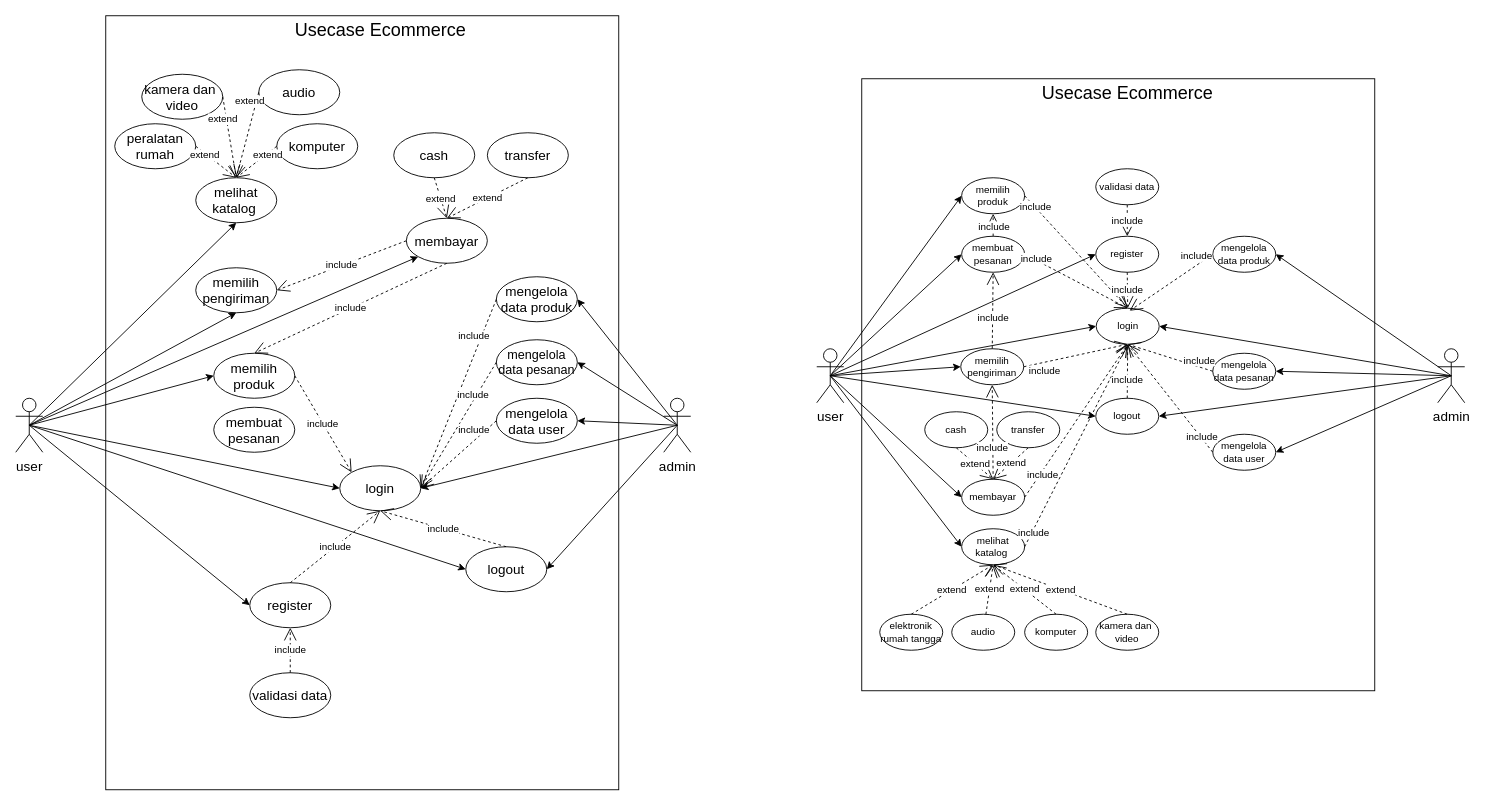
Before: Use-Case-Diagram-Ecommerce.drawio in zerocode0806/Flowchart-E-Comerce-Elektronik, a draw.io diagram. Source tidied: cells renumbered, new cells numbered last; positions are measured from the earlier drawing's top-left corner, leaving out a move shared by most shapes. Both pictures are drawn from the tidied source at 90%, with x=0, y=0 at pixel (15, 15).
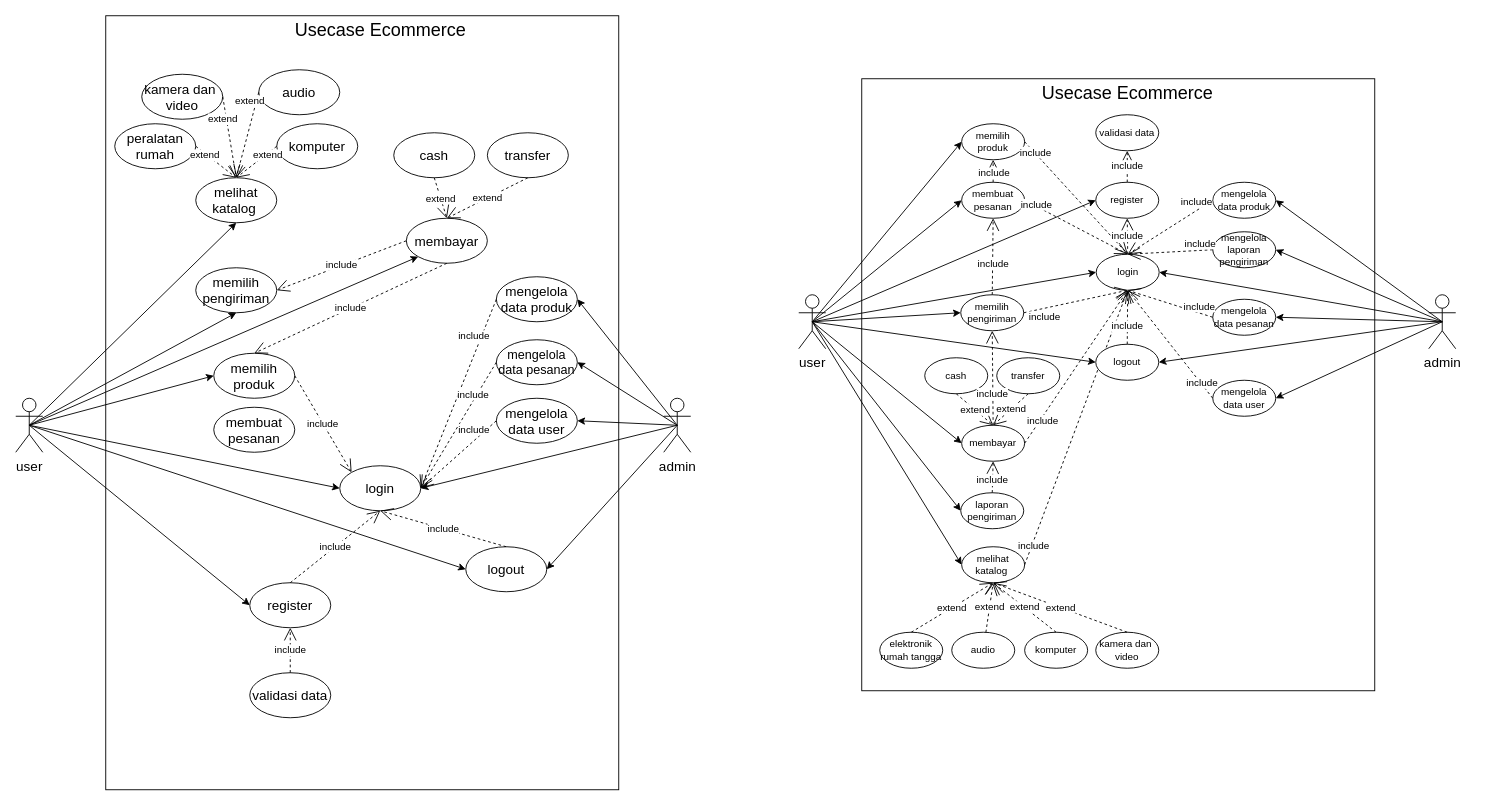
Above is the later version.

The edit, as a diff of the source:
```diff
@@
     <mxCell id="52" value="membuat pesanan" style="ellipse;whiteSpace=wrap;html=1;fontSize=11;" parent="1" vertex="1">
-      <mxGeometry x="1051" y="245" width="70" height="40" as="geometry" />
+      <mxGeometry x="1051" y="185" width="70" height="40" as="geometry" />
     </mxCell>
     <mxCell id="53" value="memilih&lt;div&gt;produk&lt;/div&gt;" style="ellipse;whiteSpace=wrap;html=1;fontSize=11;" parent="1" vertex="1">
-      <mxGeometry x="1051" y="180" width="70" height="40" as="geometry" />
+      <mxGeometry x="1051" y="120" width="70" height="40" as="geometry" />
     </mxCell>
     <mxCell id="54" value="memilih&lt;div&gt;pengiriman&lt;/div&gt;" style="ellipse;whiteSpace=wrap;html=1;fontSize=11;" parent="1" vertex="1">
-      <mxGeometry x="1050" y="370" width="70" height="40" as="geometry" />
+      <mxGeometry x="1050" y="310" width="70" height="40" as="geometry" />
     </mxCell>
     <mxCell id="55" value="melihat katalog&amp;nbsp;" style="ellipse;whiteSpace=wrap;html=1;fontSize=11;" parent="1" vertex="1">
-      <mxGeometry x="1051" y="570" width="70" height="40" as="geometry" />
+      <mxGeometry x="1051" y="590" width="70" height="40" as="geometry" />
     </mxCell>
@@
     <mxCell id="57" value="login" style="ellipse;whiteSpace=wrap;html=1;fontSize=11;" parent="1" vertex="1">
-      <mxGeometry x="1200.5" y="325" width="70" height="40" as="geometry" />
+      <mxGeometry x="1200.5" y="265" width="70" height="40" as="geometry" />
     </mxCell>
     <mxCell id="58" value="membayar" style="ellipse;whiteSpace=wrap;html=1;fontSize=11;" parent="1" vertex="1">
-      <mxGeometry x="1051" y="515" width="70" height="40" as="geometry" />
+      <mxGeometry x="1051" y="455" width="70" height="40" as="geometry" />
     </mxCell>
     <mxCell id="59" value="register" style="ellipse;whiteSpace=wrap;html=1;fontSize=11;" parent="1" vertex="1">
-      <mxGeometry x="1200" y="245" width="70" height="40" as="geometry" />
+      <mxGeometry x="1200" y="185" width="70" height="40" as="geometry" />
     </mxCell>
@@
     <mxCell id="64" value="cash" style="ellipse;whiteSpace=wrap;html=1;fontSize=11;" parent="1" vertex="1">
-      <mxGeometry x="1010" y="440" width="70" height="40" as="geometry" />
+      <mxGeometry x="1010" y="380" width="70" height="40" as="geometry" />
     </mxCell>
     <mxCell id="65" value="transfer" style="ellipse;whiteSpace=wrap;html=1;fontSize=11;" parent="1" vertex="1">
-      <mxGeometry x="1090" y="440" width="70" height="40" as="geometry" />
+      <mxGeometry x="1090" y="380" width="70" height="40" as="geometry" />
     </mxCell>
@@
     <mxCell id="68" value="user" style="shape=umlActor;verticalLabelPosition=bottom;verticalAlign=top;html=1;fontSize=15;" parent="1" vertex="1">
-      <mxGeometry x="890" y="370" width="30" height="60" as="geometry" />
+      <mxGeometry x="870" y="310" width="30" height="60" as="geometry" />
     </mxCell>
@@
     <mxCell id="74" value="validasi data" style="ellipse;whiteSpace=wrap;html=1;fontSize=11;" parent="1" vertex="1">
-      <mxGeometry x="1200" y="170" width="70" height="40" as="geometry" />
+      <mxGeometry x="1200" y="110" width="70" height="40" as="geometry" />
     </mxCell>
-    <mxCell id="75" value="include" style="endArrow=open;endSize=12;dashed=1;html=1;rounded=0;exitX=0.5;exitY=1;exitDx=0;exitDy=0;entryX=0.5;entryY=0;entryDx=0;entryDy=0;" parent="1" edge="1" source="59" target="57">
+    <mxCell id="75" value="include" style="endArrow=open;endSize=12;dashed=1;html=1;rounded=0;exitX=0.5;exitY=0;exitDx=0;exitDy=0;entryX=0.5;entryY=1;entryDx=0;entryDy=0;" parent="1" edge="1" source="57" target="59">
       <mxGeometry relative="1" as="geometry" />
     </mxCell>
-    <mxCell id="76" value="include" style="endArrow=open;endSize=12;dashed=1;html=1;rounded=0;exitX=0.5;exitY=1;exitDx=0;exitDy=0;entryX=0.5;entryY=0;entryDx=0;entryDy=0;" parent="1" edge="1" source="74" target="59">
+    <mxCell id="76" value="include" style="endArrow=open;endSize=12;dashed=1;html=1;rounded=0;exitX=0.5;exitY=0;exitDx=0;exitDy=0;entryX=0.5;entryY=1;entryDx=0;entryDy=0;" parent="1" edge="1" source="59" target="74">
       <mxGeometry relative="1" as="geometry" />
     </mxCell>
@@
     <mxCell id="78" value="mengelola data produk" style="ellipse;whiteSpace=wrap;html=1;fontSize=11;" parent="1" vertex="1">
-      <mxGeometry x="1330" y="245" width="70" height="40" as="geometry" />
+      <mxGeometry x="1330" y="185" width="70" height="40" as="geometry" />
     </mxCell>
     <mxCell id="79" value="mengelola data pesanan" style="ellipse;whiteSpace=wrap;html=1;fontSize=11;" parent="1" vertex="1">
-      <mxGeometry x="1330" y="375" width="70" height="40" as="geometry" />
+      <mxGeometry x="1330" y="315" width="70" height="40" as="geometry" />
     </mxCell>
     <mxCell id="80" value="mengelola data user" style="ellipse;whiteSpace=wrap;html=1;fontSize=11;" parent="1" vertex="1">
-      <mxGeometry x="1330" y="465" width="70" height="40" as="geometry" />
+      <mxGeometry x="1330" y="405" width="70" height="40" as="geometry" />
     </mxCell>
-    <mxCell id="81" value="include" style="endArrow=open;endSize=12;dashed=1;html=1;rounded=0;exitX=0;exitY=0.5;exitDx=0;exitDy=0;entryX=0.53;entryY=0.07;entryDx=0;entryDy=0;entryPerimeter=0;" parent="1" edge="1" source="78" target="57">
+    <mxCell id="81" value="include" style="endArrow=open;endSize=12;dashed=1;html=1;rounded=0;exitX=0;exitY=0.5;exitDx=0;exitDy=0;entryX=0.5;entryY=0;entryDx=0;entryDy=0;" parent="1" edge="1" source="78" target="57">
       <mxGeometry x="-0.71" y="-8" relative="1" as="geometry" />
     </mxCell>
@@
     <mxCell id="84" value="admin" style="shape=umlActor;verticalLabelPosition=bottom;verticalAlign=top;html=1;fontSize=15;" parent="1" vertex="1">
-      <mxGeometry x="1580" y="370" width="30" height="60" as="geometry" />
+      <mxGeometry x="1570" y="310" width="30" height="60" as="geometry" />
     </mxCell>
@@
     <mxCell id="89" value="komputer" style="ellipse;whiteSpace=wrap;html=1;fontSize=11;" parent="1" vertex="1">
-      <mxGeometry x="1121" y="665" width="70" height="40" as="geometry" />
+      <mxGeometry x="1121" y="685" width="70" height="40" as="geometry" />
     </mxCell>
     <mxCell id="90" value="audio" style="ellipse;whiteSpace=wrap;html=1;fontSize=11;" parent="1" vertex="1">
-      <mxGeometry x="1040" y="665" width="70" height="40" as="geometry" />
+      <mxGeometry x="1040" y="685" width="70" height="40" as="geometry" />
     </mxCell>
     <mxCell id="91" value="kamera dan&amp;nbsp;&lt;div&gt;video&lt;/div&gt;" style="ellipse;whiteSpace=wrap;html=1;fontSize=11;" parent="1" vertex="1">
-      <mxGeometry x="1200" y="665" width="70" height="40" as="geometry" />
+      <mxGeometry x="1200" y="685" width="70" height="40" as="geometry" />
     </mxCell>
     <mxCell id="92" value="elektronik rumah tangga" style="ellipse;whiteSpace=wrap;html=1;fontSize=11;" parent="1" vertex="1">
-      <mxGeometry x="960" y="665" width="70" height="40" as="geometry" />
+      <mxGeometry x="960" y="685" width="70" height="40" as="geometry" />
     </mxCell>
@@
     <mxCell id="99" value="logout" style="ellipse;whiteSpace=wrap;html=1;fontSize=11;" parent="1" vertex="1">
-      <mxGeometry x="1200" y="425" width="70" height="40" as="geometry" />
+      <mxGeometry x="1200" y="365" width="70" height="40" as="geometry" />
     </mxCell>
@@
+    <mxCell id="107" value="laporan&lt;div&gt;pengiriman&lt;/div&gt;" style="ellipse;whiteSpace=wrap;html=1;fontSize=11;" parent="1" vertex="1">
+      <mxGeometry x="1050" y="530" width="70" height="40" as="geometry" />
+    </mxCell>
+    <mxCell id="108" style="endArrow=classic;html=1;rounded=0;exitX=0.5;exitY=0.5;exitDx=0;exitDy=0;exitPerimeter=0;entryX=0;entryY=0.5;entryDx=0;entryDy=0;" parent="1" edge="1" source="68" target="107">
+      <mxGeometry relative="1" as="geometry" />
+    </mxCell>
+    <mxCell id="109" value="include" style="endArrow=open;endSize=12;dashed=1;html=1;rounded=0;exitX=0.5;exitY=0;exitDx=0;exitDy=0;entryX=0.5;entryY=1;entryDx=0;entryDy=0;" parent="1" edge="1" source="107" target="58">
+      <mxGeometry x="-0.2" relative="1" as="geometry" />
+    </mxCell>
+    <mxCell id="110" value="mengelola laporan pengiriman" style="ellipse;whiteSpace=wrap;html=1;fontSize=11;" parent="1" vertex="1">
+      <mxGeometry x="1330" y="240" width="70" height="40" as="geometry" />
+    </mxCell>
+    <mxCell id="111" value="include" style="endArrow=open;endSize=12;dashed=1;html=1;rounded=0;exitX=0;exitY=0.5;exitDx=0;exitDy=0;entryX=0.5;entryY=0;entryDx=0;entryDy=0;" parent="1" edge="1" source="110" target="57">
+      <mxGeometry x="-0.71" y="-8" relative="1" as="geometry" />
+    </mxCell>
+    <mxCell id="112" style="endArrow=classic;html=1;rounded=0;exitX=0.5;exitY=0.5;exitDx=0;exitDy=0;exitPerimeter=0;entryX=1;entryY=0.5;entryDx=0;entryDy=0;" parent="1" edge="1" source="84" target="110">
+      <mxGeometry relative="1" as="geometry" />
+    </mxCell>
```
